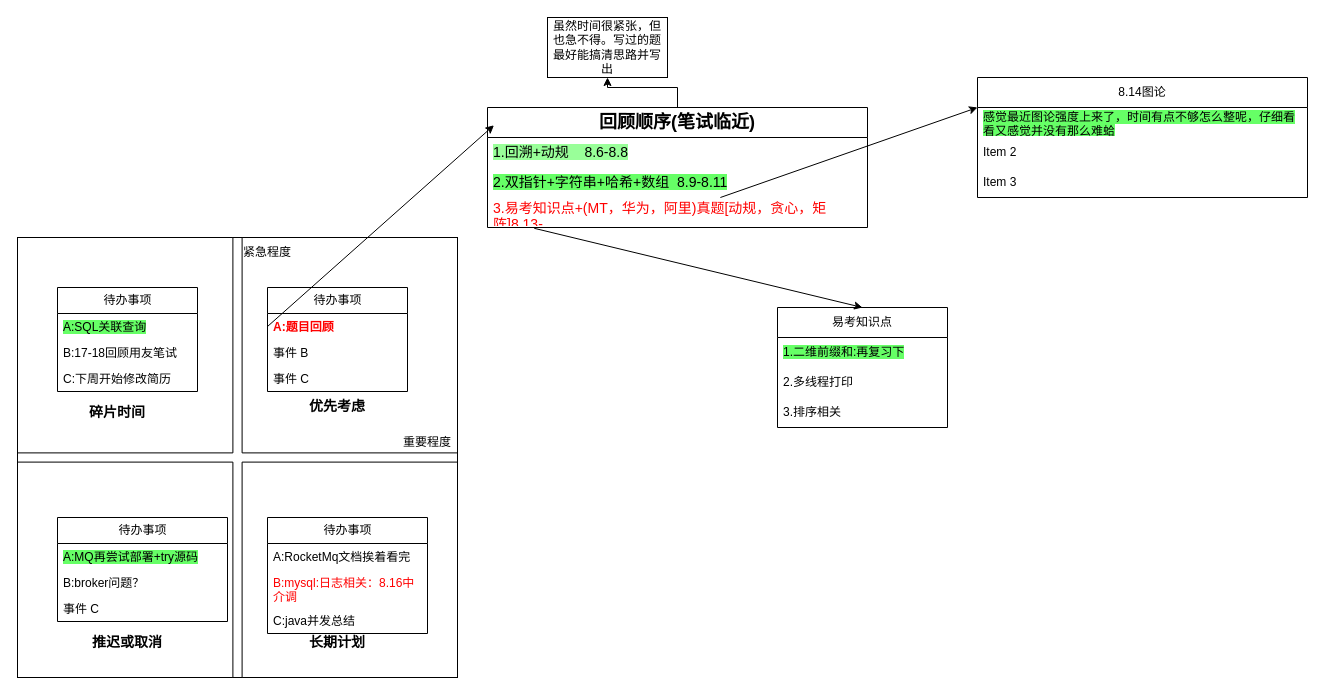
Earlier version of the draw.io diagram 优先级象限.drawio (beyondgogogo/Graph). Source tidied: cells renumbered, new cells numbered last; positions are measured from the earlier drawing's top-left corner, leaving out a move shared by most shapes. Both pictures are drawn from the tidied source at 100%, with x=0, y=0 at pixel (17, 17).
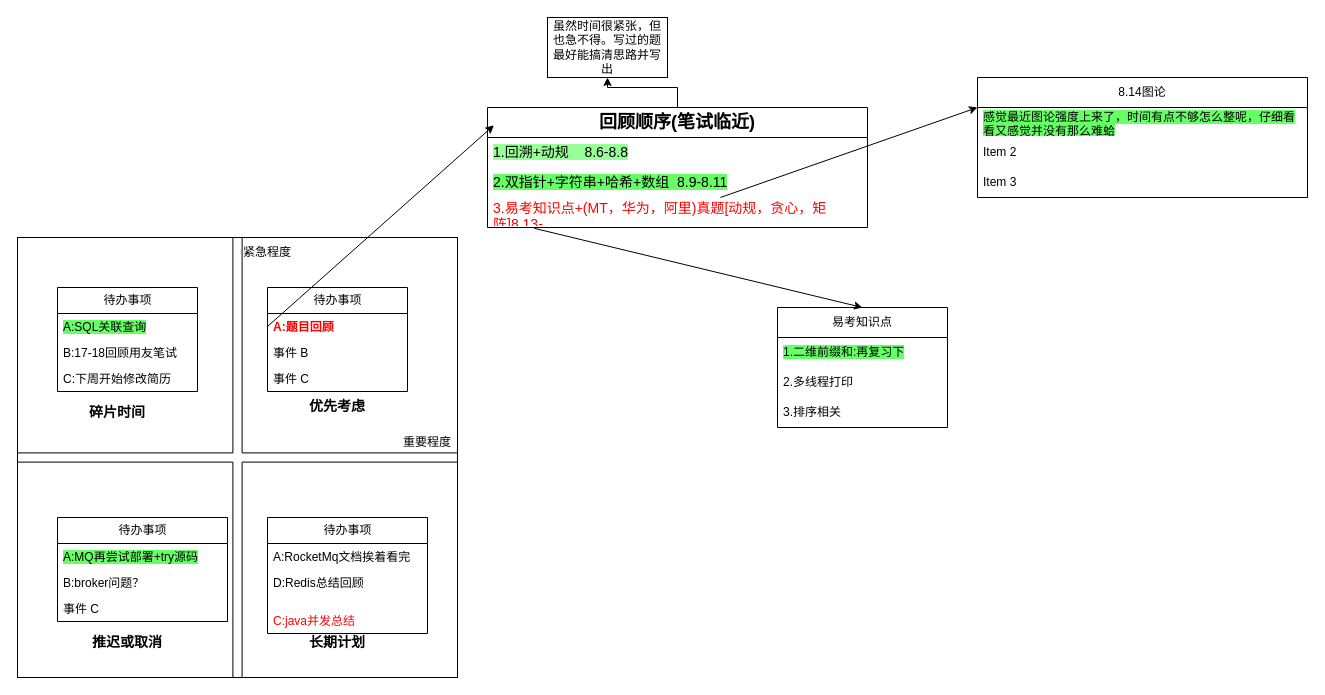
Above is the later version.

Commit message:
更新优先级象限.drawio

Unchanged cells that the change refers to:
```xml
<mxCell id="14" value="待办事项" style="swimlane;fontStyle=0;horizontal=1;startSize=26;fillColor=none;html=1;" parent="1" vertex="1">
  <mxGeometry x="250" y="500" width="160" height="116" as="geometry" />
</mxCell>
```

The edit, as a diff of the source:
```diff
@@
-    <mxCell id="16" value="&lt;font color=&quot;#ff0000&quot;&gt;B:mysql:日志相关：8.16中介调&lt;/font&gt;" style="text;strokeColor=none;fillColor=none;align=left;verticalAlign=top;spacingLeft=4;spacingRight=4;overflow=hidden;whiteSpace=wrap;html=1;" parent="14" vertex="1">
+    <mxCell id="16" value="D:Redis总结回顾" style="text;strokeColor=none;fillColor=none;align=left;verticalAlign=top;spacingLeft=4;spacingRight=4;overflow=hidden;whiteSpace=wrap;html=1;" parent="14" vertex="1">
       <mxGeometry y="52" width="160" height="38" as="geometry" />
     </mxCell>
-    <mxCell id="17" value="C:java并发总结" style="text;strokeColor=none;fillColor=none;align=left;verticalAlign=top;spacingLeft=4;spacingRight=4;overflow=hidden;whiteSpace=wrap;html=1;" parent="14" vertex="1">
+    <mxCell id="17" value="&lt;font color=&quot;#ff0000&quot;&gt;C:java并发总结&lt;/font&gt;" style="text;strokeColor=none;fillColor=none;align=left;verticalAlign=top;spacingLeft=4;spacingRight=4;overflow=hidden;whiteSpace=wrap;html=1;" parent="14" vertex="1">
       <mxGeometry y="90" width="160" height="26" as="geometry" />
     </mxCell>
```
